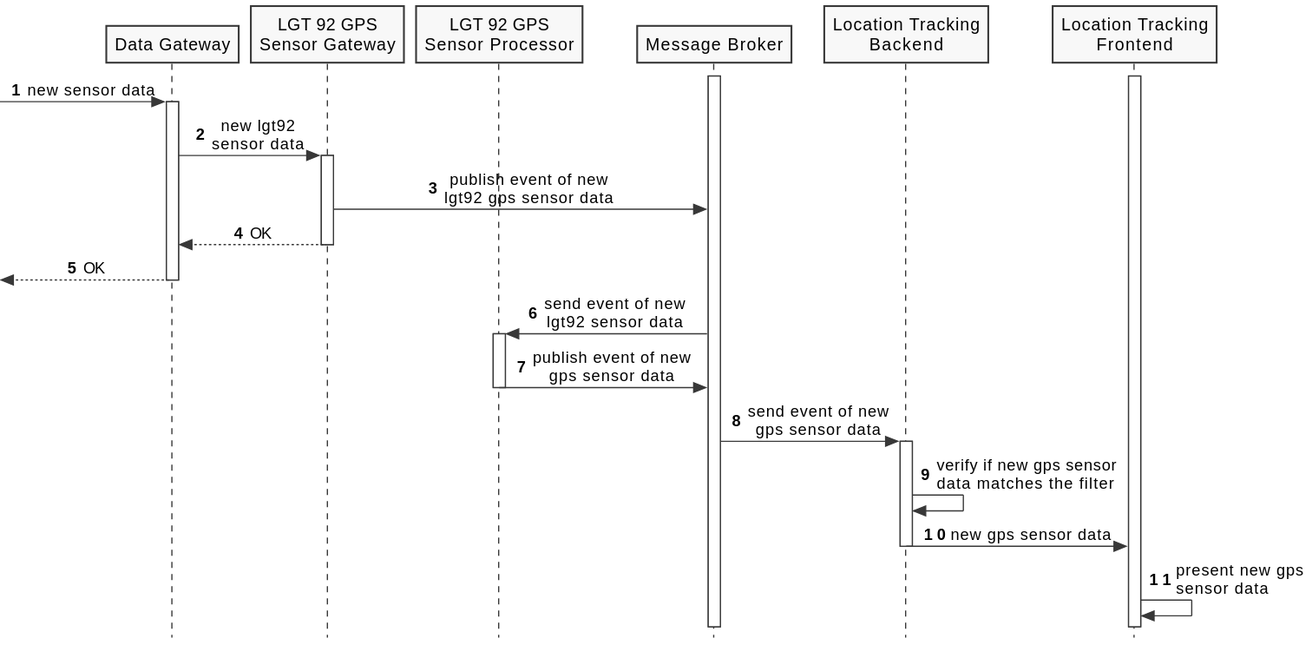
Before: docs/diagrams/process-view-level2-uc02.svg, a diagram exported from PlantUML (FilipeMCruz/sensae-console).
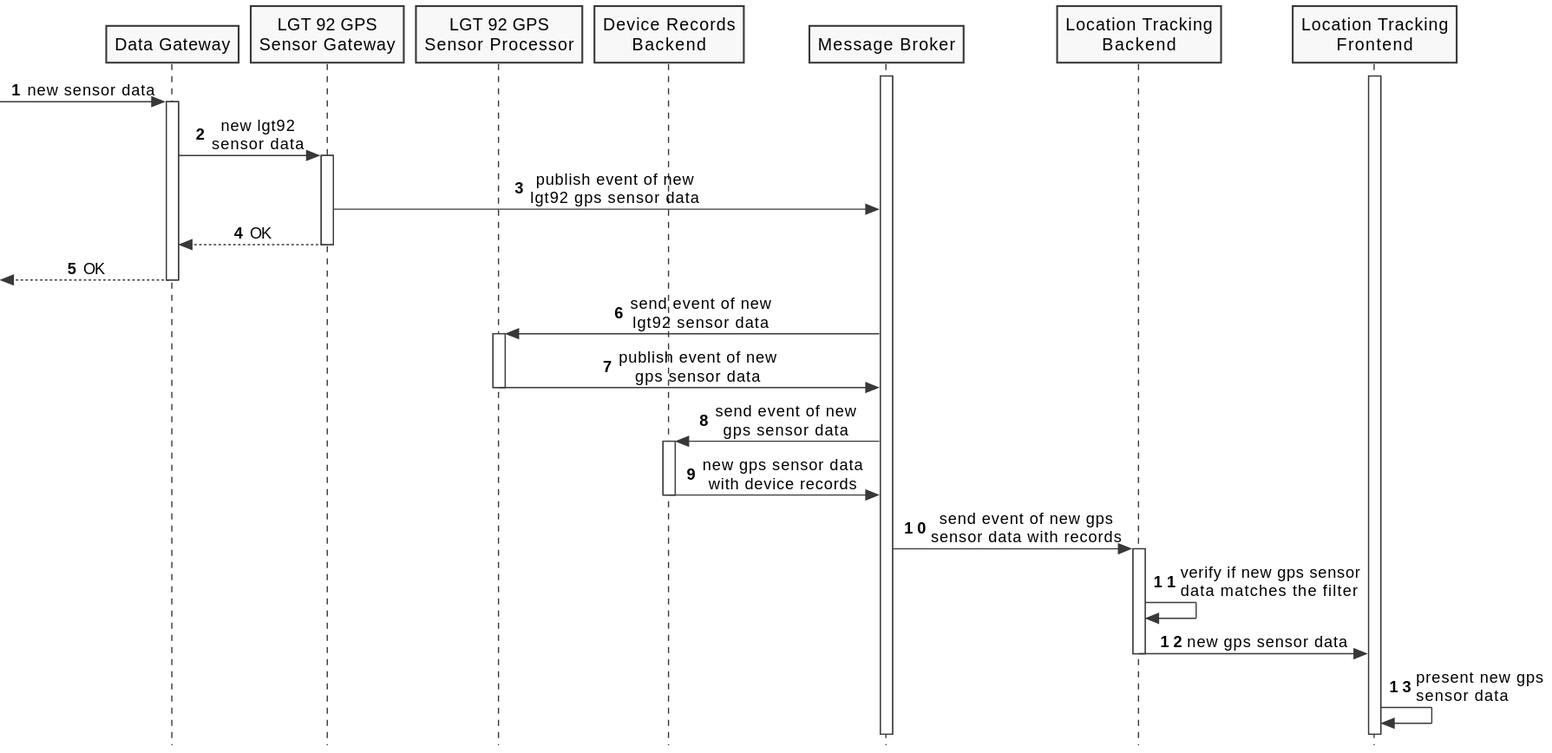
The same file after the commit.

What changed in the source:
```diff
@@ -10,6 +10,7 @@
 participant "Data Gateway" as DG
 participant "LGT 92 GPS\nSensor Gateway" as LGT92GPSG
 participant "LGT 92 GPS\nSensor Processor" as LGT92GPSP
+participant "Device Records\nBackend" as DRB
 participant "Message Broker" as MB
 participant "Location Tracking\nBackend" as LTB
 participant "Location Tracking\nFrontend" as LTF
@@ -37,7 +38,13 @@
 LGT92GPSP -> MB : publish event of new\ngps sensor data
 deactivate LGT92GPSP
 
-MB -> LTB : send event of new\ngps sensor data
+MB -> DRB : send event of new\ngps sensor data
+activate DRB
+
+DRB -> MB : new gps sensor data\nwith device records
+deactivate DRB
+
+MB -> LTB : send event of new gps\nsensor data with records
 activate LTB
 
 LTB -> LTB : verify if new gps sensor\ndata matches the filter
```
